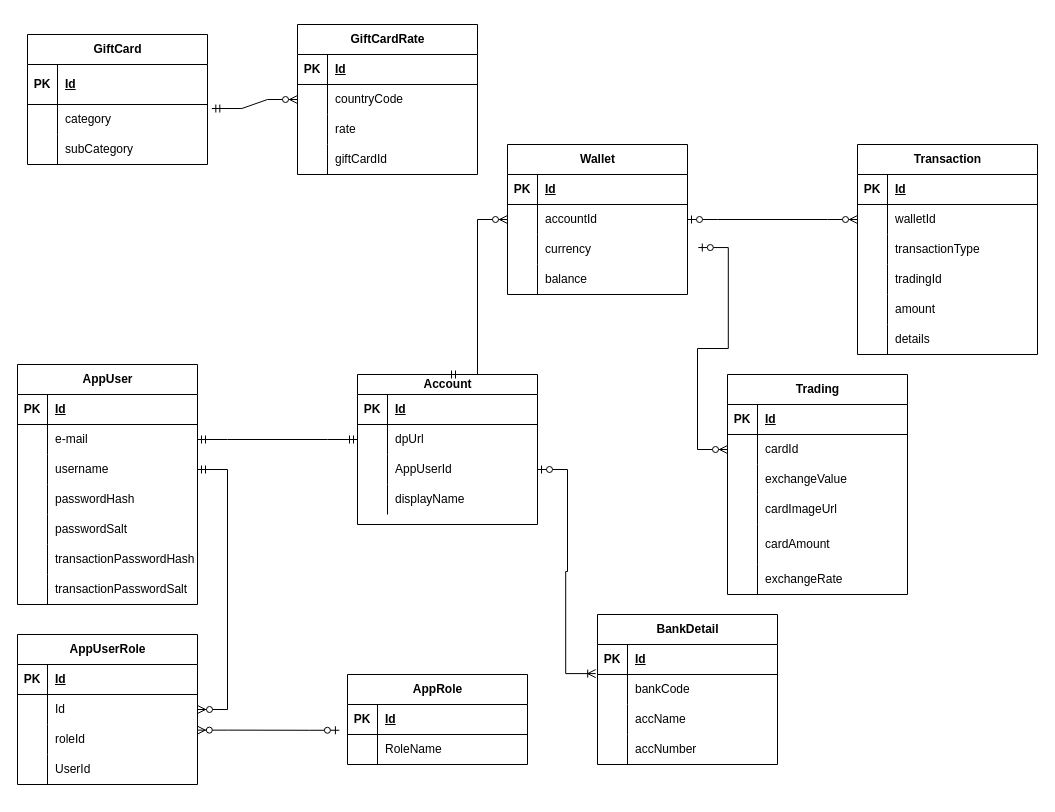
The draw.io diagram Fluid Cash.drawio in Pay-Bigi/FluidCash, before the edit. Source tidied: cells renumbered, new cells numbered last; positions are measured from the earlier drawing's top-left corner, leaving out a move shared by most shapes. Both pictures are drawn from the tidied source at 100%, with x=0, y=0 at pixel (17, 24).
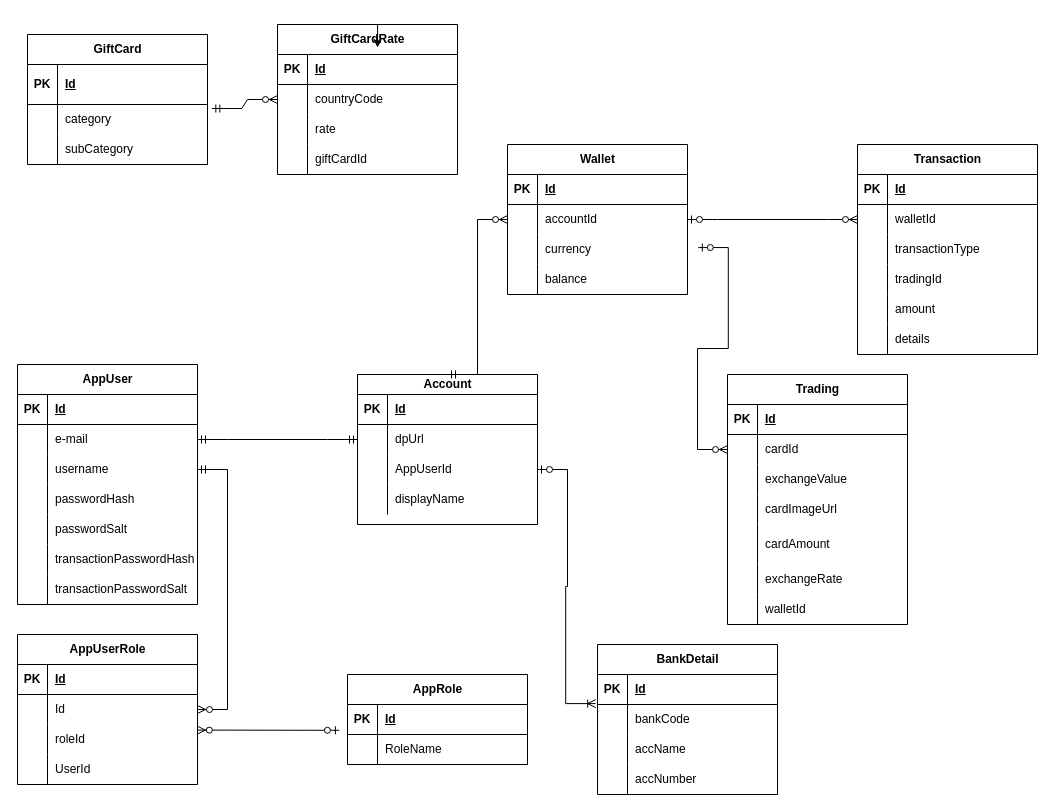
The same page after the edit.

Commit message:
WalletId prop added to the Trading table

The change refers to these unchanged cells:
```xml
<mxCell id="139" style="shape=tableRow;horizontal=0;startSize=0;swimlaneHead=0;swimlaneBody=0;fillColor=none;points=[[0,0.5],[1,0.5]];portConstraint=eastwest;top=0;left=0;right=0;bottom=1;" parent="138" vertex="1">
  <mxGeometry y="30" width="180" height="30" as="geometry" />
</mxCell>
```

Diff of the diagram source:
```diff
@@
     <mxCell id="43" value="BankDetail" style="shape=table;startSize=30;childLayout=tableLayout;rowLines=0;fontStyle=1;align=center;html=1;" parent="1" vertex="1">
-      <mxGeometry x="580" y="590" width="180" height="150" as="geometry" />
+      <mxGeometry x="580" y="620" width="180" height="150" as="geometry" />
     </mxCell>
@@
     <mxCell id="69" value="Trading" style="shape=table;startSize=30;childLayout=tableLayout;rowLines=0;fontStyle=1;align=center;html=1;" parent="1" vertex="1">
-      <mxGeometry x="710" y="350" width="180" height="220" as="geometry" />
+      <mxGeometry x="710" y="350" width="180" height="250" as="geometry" />
     </mxCell>
@@
+    <mxCell id="152" style="shape=tableRow;horizontal=0;startSize=0;swimlaneHead=0;swimlaneBody=0;fillColor=none;top=0;left=0;right=0;bottom=0;" parent="69" vertex="1">
+      <mxGeometry y="220" width="180" height="30" as="geometry" />
+    </mxCell>
+    <mxCell id="153" style="shape=partialRectangle;fillColor=none;top=0;left=0;bottom=0;right=0;overflow=hidden;whiteSpace=wrap;html=1;" parent="152" vertex="1">
+      <mxGeometry width="30" height="30" as="geometry" />
+    </mxCell>
+    <mxCell id="154" value="walletId" style="shape=partialRectangle;fillColor=none;top=0;left=0;bottom=0;right=0;align=left;spacingLeft=6;overflow=hidden;whiteSpace=wrap;html=1;" parent="152" vertex="1">
+      <mxGeometry x="30" width="150" height="30" as="geometry" />
+    </mxCell>
@@
     <mxCell id="138" value="GiftCardRate" style="shape=table;startSize=30;childLayout=tableLayout;rowLines=0;fontStyle=1;align=center;html=1;" parent="1" vertex="1">
-      <mxGeometry x="280" width="180" height="150" as="geometry" />
+      <mxGeometry x="260" width="180" height="150" as="geometry" />
     </mxCell>
@@
+    <mxCell id="155" style="edgeStyle=orthogonalEdgeStyle;rounded=0;jettySize=auto;html=1;exitX=0.5;exitY=0;exitDx=0;exitDy=0;entryX=0.556;entryY=-0.226;entryDx=0;entryDy=0;entryPerimeter=0;" parent="138" edge="1" source="138" target="139">
+      <mxGeometry relative="1" as="geometry" />
+    </mxCell>
```
